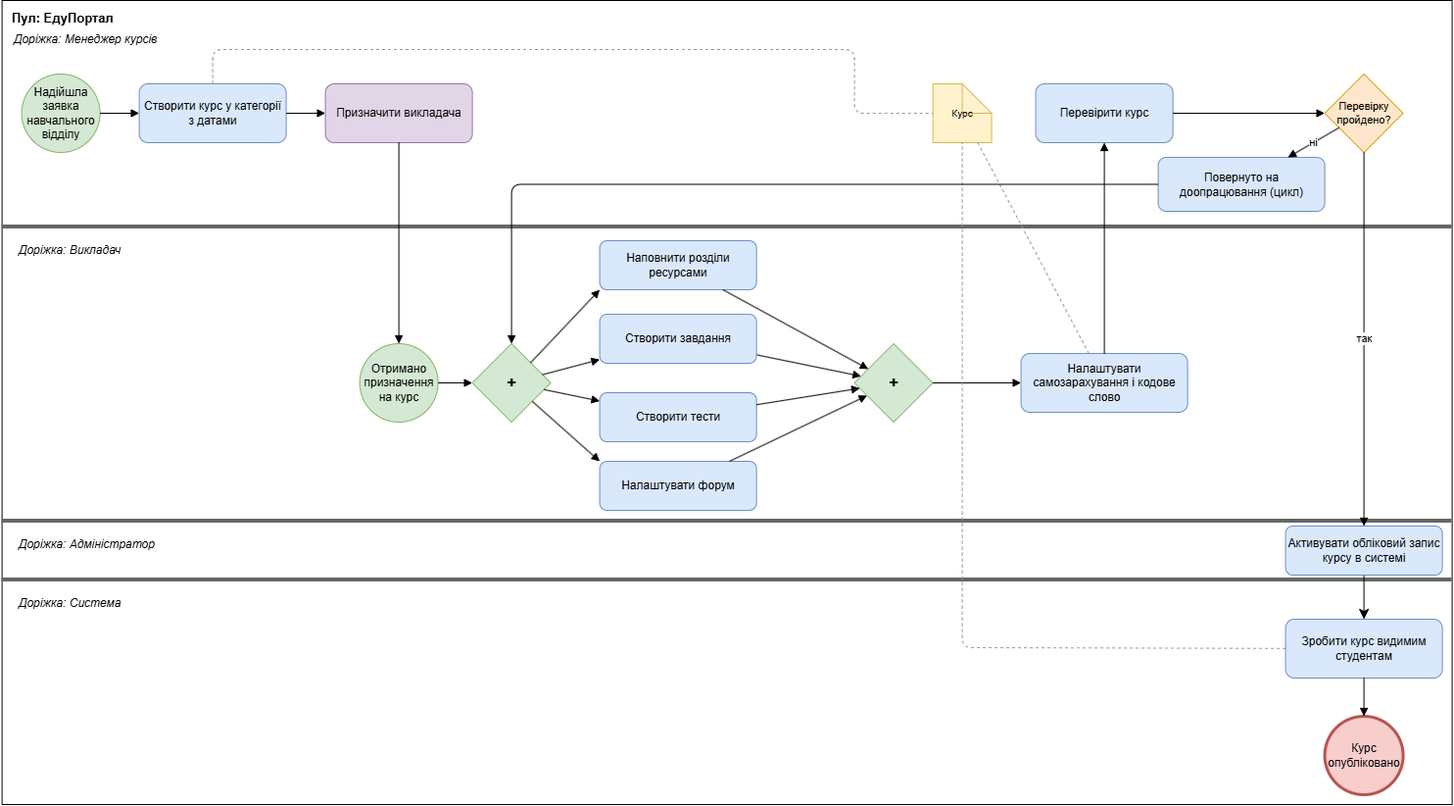
Before: docs/sprint1/bpmn/04_course_creation.png, a diagram exported from draw.io (GlitchBelyi/labsTZYPS). Source tidied: cells renumbered, new cells last; positions are measured from the earlier drawing's top-left corner, leaving out a move shared by most shapes.
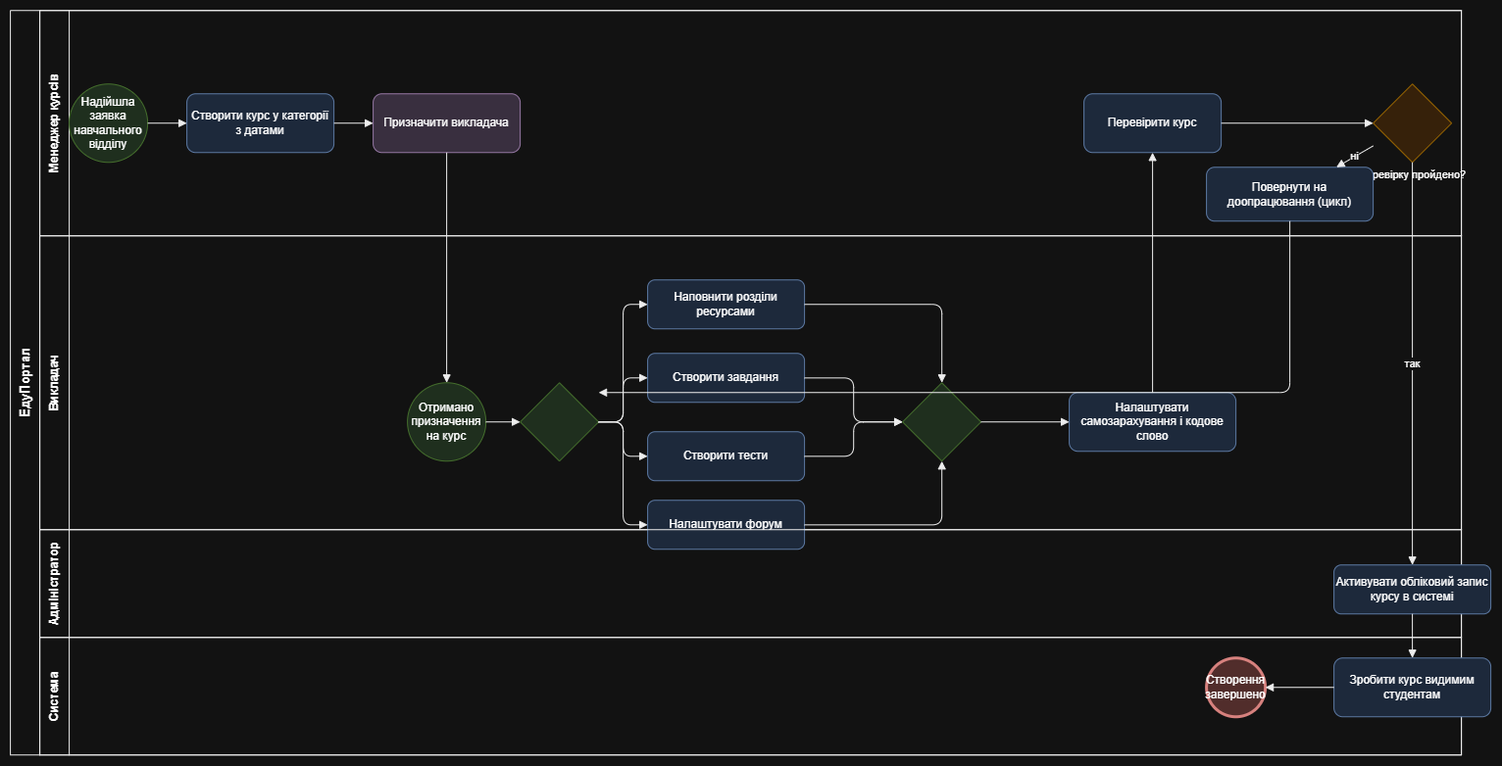
Above is the later version.

Diff of the diagram source:
```diff
@@ -2,166 +2,135 @@
   <root>
     <mxCell id="0" />
     <mxCell id="1" parent="0" />
-    <mxCell id="2" value="Пул: ЕдуПортал" style="rounded=0;whiteSpace=wrap;html=1;fillColor=none;strokeColor=#000000;verticalAlign=top;align=left;fontStyle=1;fontSize=13;spacingLeft=8;spacingTop=4;" parent="1" vertex="1">
-      <mxGeometry width="1480" height="820" as="geometry" />
+    <mxCell id="2" value="ЕдуПортал" style="swimlane;html=1;horizontal=0;whiteSpace=wrap;startSize=30;fillColor=none;strokeColor=#000000;fontStyle=1;fontSize=13;" parent="1" vertex="1">
+      <mxGeometry width="1480" height="760" as="geometry" />
     </mxCell>
-    <mxCell id="3" style="line;strokeColor=#666666;html=1;" parent="1" vertex="1">
-      <mxGeometry y="230" width="1480" height="2" as="geometry" />
-    </mxCell>
-    <mxCell id="4" style="line;strokeColor=#666666;html=1;" parent="1" vertex="1">
-      <mxGeometry y="530" width="1480" height="2" as="geometry" />
-    </mxCell>
-    <mxCell id="5" style="line;strokeColor=#666666;html=1;" parent="1" vertex="1">
-      <mxGeometry y="590" width="1480" height="2" as="geometry" />
-    </mxCell>
-    <mxCell id="6" value="Доріжка: Менеджер курсів" style="text;html=1;align=left;verticalAlign=middle;fontStyle=2;fontSize=12;" parent="1" vertex="1">
-      <mxGeometry x="10" y="30" width="260" height="20" as="geometry" />
-    </mxCell>
-    <mxCell id="7" value="Доріжка: Викладач" style="text;html=1;align=left;verticalAlign=middle;fontStyle=2;fontSize=12;" parent="1" vertex="1">
-      <mxGeometry x="15" y="245" width="260" height="20" as="geometry" />
-    </mxCell>
-    <mxCell id="8" value="Доріжка: Адміністратор&amp;nbsp;" style="text;html=1;align=left;verticalAlign=middle;fontStyle=2;fontSize=12;" parent="1" vertex="1">
-      <mxGeometry x="15" y="545" width="400" height="20" as="geometry" />
-    </mxCell>
-    <mxCell id="9" value="Доріжка: Система" style="text;html=1;align=left;verticalAlign=middle;fontStyle=2;fontSize=12;" parent="1" vertex="1">
-      <mxGeometry x="15" y="605" width="260" height="20" as="geometry" />
-    </mxCell>
+    <mxCell id="51" value="Менеджер курсів" style="swimlane;html=1;horizontal=0;whiteSpace=wrap;startSize=30;fillColor=none;strokeColor=#000000;fontStyle=1;fontSize=12;" parent="2" vertex="1">
+      <mxGeometry x="30" width="1450" height="230" as="geometry" />
+    </mxCell>
-    <mxCell id="10" value="Надійшла заявка навчального відділу" style="ellipse;whiteSpace=wrap;html=1;fillColor=#d5e8d4;strokeColor=#82b366;" parent="1" vertex="1">
-      <mxGeometry x="20" y="75" width="80" height="80" as="geometry" />
+    <mxCell id="10" value="Надійшла заявка навчального відділу" style="ellipse;whiteSpace=wrap;html=1;fillColor=#d5e8d4;strokeColor=#82b366;" parent="51" vertex="1">
+      <mxGeometry x="30" y="75" width="80" height="80" as="geometry" />
     </mxCell>
-    <mxCell id="11" value="Створити курс у категорії з датами" style="rounded=1;whiteSpace=wrap;html=1;fillColor=#dae8fc;strokeColor=#6c8ebf;" parent="1" vertex="1">
-      <mxGeometry x="140" y="85" width="150" height="60" as="geometry" />
+    <mxCell id="11" value="Створити курс у категорії з датами" style="rounded=1;whiteSpace=wrap;html=1;fillColor=#dae8fc;strokeColor=#6c8ebf;" parent="51" vertex="1">
+      <mxGeometry x="150" y="85" width="150" height="60" as="geometry" />
     </mxCell>
-    <mxCell id="12" value="Призначити викладача" style="rounded=1;whiteSpace=wrap;html=1;fillColor=#e1d5e7;strokeColor=#9673a6;" parent="1" vertex="1">
-      <mxGeometry x="330" y="85" width="150" height="60" as="geometry" />
+    <mxCell id="12" value="Призначити викладача" style="rounded=1;whiteSpace=wrap;html=1;fillColor=#e1d5e7;strokeColor=#9673a6;" parent="51" vertex="1">
+      <mxGeometry x="340" y="85" width="150" height="60" as="geometry" />
     </mxCell>
-    <mxCell id="13" value="Перевірити курс" style="rounded=1;whiteSpace=wrap;html=1;fillColor=#dae8fc;strokeColor=#6c8ebf;" parent="1" vertex="1">
-      <mxGeometry x="1055" y="85" width="140" height="60" as="geometry" />
+    <mxCell id="13" value="Перевірити курс" style="rounded=1;whiteSpace=wrap;html=1;fillColor=#dae8fc;strokeColor=#6c8ebf;" parent="51" vertex="1">
+      <mxGeometry x="1065" y="85" width="140" height="60" as="geometry" />
     </mxCell>
-    <mxCell id="14" value="Перевірку пройдено?" style="rhombus;whiteSpace=wrap;html=1;fillColor=#ffe6cc;strokeColor=#d79b00;fontSize=11;" parent="1" vertex="1">
-      <mxGeometry x="1350" y="75" width="80" height="80" as="geometry" />
+    <mxCell id="14" value="Перевірку пройдено?" style="shape=mxgraph.bpmn.gateway2;html=1;outlineConnect=0;bpmnGatewayType=exclusive;fillColor=#ffe6cc;strokeColor=#d79b00;fontSize=11;verticalLabelPosition=bottom;verticalAlign=top;align=center;" parent="51" vertex="1">
+      <mxGeometry x="1360" y="75" width="80" height="80" as="geometry" />
     </mxCell>
-    <mxCell id="15" value="Повернуто на доопрацювання (цикл)" style="rounded=1;whiteSpace=wrap;html=1;fillColor=#dae8fc;strokeColor=#6c8ebf;" parent="1" vertex="1">
-      <mxGeometry x="1180" y="160" width="170" height="55" as="geometry" />
+    <mxCell id="15" value="Повернути на доопрацювання (цикл)" style="rounded=1;whiteSpace=wrap;html=1;fillColor=#dae8fc;strokeColor=#6c8ebf;" parent="51" vertex="1">
+      <mxGeometry x="1190" y="160" width="170" height="55" as="geometry" />
     </mxCell>
+    <mxCell id="26" style="endArrow=block;html=1;strokeColor=#000000;" parent="51" edge="1" source="10" target="11">
+      <mxGeometry relative="1" as="geometry" />
+    </mxCell>
+    <mxCell id="27" style="endArrow=block;html=1;strokeColor=#000000;" parent="51" edge="1" source="11" target="12">
+      <mxGeometry relative="1" as="geometry" />
+    </mxCell>
+    <mxCell id="40" style="endArrow=block;html=1;strokeColor=#000000;" parent="51" edge="1" source="13" target="14">
+      <mxGeometry relative="1" as="geometry" />
+    </mxCell>
+    <mxCell id="41" value="ні" style="endArrow=block;html=1;strokeColor=#000000;" parent="51" edge="1" source="14" target="15">
+      <mxGeometry relative="1" as="geometry" />
+    </mxCell>
+    <mxCell id="52" value="Викладач" style="swimlane;html=1;horizontal=0;whiteSpace=wrap;startSize=30;fillColor=none;strokeColor=#000000;fontStyle=1;fontSize=12;" parent="2" vertex="1">
+      <mxGeometry x="30" y="230" width="1450" height="300" as="geometry" />
+    </mxCell>
-    <mxCell id="16" value="Отримано призначення на курс" style="ellipse;whiteSpace=wrap;html=1;fillColor=#d5e8d4;strokeColor=#82b366;" parent="1" vertex="1">
-      <mxGeometry x="365" y="350" width="80" height="80" as="geometry" />
+    <mxCell id="16" value="Отримано призначення на курс" style="ellipse;whiteSpace=wrap;html=1;fillColor=#d5e8d4;strokeColor=#82b366;" parent="52" vertex="1">
+      <mxGeometry x="375" y="150" width="80" height="80" as="geometry" />
     </mxCell>
-    <mxCell id="17" value="+" style="rhombus;whiteSpace=wrap;html=1;fillColor=#d5e8d4;strokeColor=#82b366;fontSize=16;fontStyle=1;" parent="1" vertex="1">
-      <mxGeometry x="480" y="350" width="80" height="80" as="geometry" />
+    <mxCell id="17" style="shape=mxgraph.bpmn.gateway2;html=1;outlineConnect=0;bpmnGatewayType=parallel;fillColor=#d5e8d4;strokeColor=#82b366;fontSize=16;fontStyle=1;" parent="52" vertex="1">
+      <mxGeometry x="490" y="150" width="80" height="80" as="geometry" />
     </mxCell>
-    <mxCell id="18" value="Наповнити розділи ресурсами" style="rounded=1;whiteSpace=wrap;html=1;fillColor=#dae8fc;strokeColor=#6c8ebf;" parent="1" vertex="1">
-      <mxGeometry x="610" y="245" width="160" height="50" as="geometry" />
+    <mxCell id="18" value="Наповнити розділи ресурсами" style="rounded=1;whiteSpace=wrap;html=1;fillColor=#dae8fc;strokeColor=#6c8ebf;" parent="52" vertex="1">
+      <mxGeometry x="620" y="45" width="160" height="50" as="geometry" />
     </mxCell>
+    <mxCell id="48" value="Створити завдання" style="rounded=1;whiteSpace=wrap;html=1;fillColor=#dae8fc;strokeColor=#6c8ebf;" parent="52" vertex="1">
+      <mxGeometry x="620" y="120" width="160" height="50" as="geometry" />
+    </mxCell>
-    <mxCell id="19" value="Створити тести" style="rounded=1;whiteSpace=wrap;html=1;fillColor=#dae8fc;strokeColor=#6c8ebf;" parent="1" vertex="1">
-      <mxGeometry x="610" y="400" width="160" height="50" as="geometry" />
+    <mxCell id="19" value="Створити тести" style="rounded=1;whiteSpace=wrap;html=1;fillColor=#dae8fc;strokeColor=#6c8ebf;" parent="52" vertex="1">
+      <mxGeometry x="620" y="200" width="160" height="50" as="geometry" />
     </mxCell>
-    <mxCell id="20" value="Налаштувати форум" style="rounded=1;whiteSpace=wrap;html=1;fillColor=#dae8fc;strokeColor=#6c8ebf;" parent="1" vertex="1">
-      <mxGeometry x="610" y="470" width="160" height="50" as="geometry" />
+    <mxCell id="20" value="Налаштувати форум" style="rounded=1;whiteSpace=wrap;html=1;fillColor=#dae8fc;strokeColor=#6c8ebf;" parent="52" vertex="1">
+      <mxGeometry x="620" y="270" width="160" height="50" as="geometry" />
     </mxCell>
-    <mxCell id="21" value="+" style="rhombus;whiteSpace=wrap;html=1;fillColor=#d5e8d4;strokeColor=#82b366;fontSize=16;fontStyle=1;" parent="1" vertex="1">
-      <mxGeometry x="870" y="350" width="80" height="80" as="geometry" />
+    <mxCell id="21" style="shape=mxgraph.bpmn.gateway2;html=1;outlineConnect=0;bpmnGatewayType=parallel;fillColor=#d5e8d4;strokeColor=#82b366;fontSize=16;fontStyle=1;" parent="52" vertex="1">
+      <mxGeometry x="880" y="150" width="80" height="80" as="geometry" />
     </mxCell>
-    <mxCell id="22" value="Налаштувати самозарахування і кодове слово" style="rounded=1;whiteSpace=wrap;html=1;fillColor=#dae8fc;strokeColor=#6c8ebf;" parent="1" vertex="1">
-      <mxGeometry x="1040" y="360" width="170" height="60" as="geometry" />
+    <mxCell id="22" value="Налаштувати самозарахування і кодове слово" style="rounded=1;whiteSpace=wrap;html=1;fillColor=#dae8fc;strokeColor=#6c8ebf;" parent="52" vertex="1">
+      <mxGeometry x="1050" y="160" width="170" height="60" as="geometry" />
     </mxCell>
-    <mxCell id="23" value="Курс" style="shape=note;whiteSpace=wrap;html=1;fillColor=#fff2cc;strokeColor=#d6b656;fontSize=10;" parent="1" vertex="1">
-      <mxGeometry x="950" y="85" width="60" height="60" as="geometry" />
-    </mxCell>
-    <mxCell id="24" value="Зробити курс видимим студентам" style="rounded=1;whiteSpace=wrap;html=1;fillColor=#dae8fc;strokeColor=#6c8ebf;" parent="1" vertex="1">
-      <mxGeometry x="1310" y="631" width="160" height="60" as="geometry" />
-    </mxCell>
-    <mxCell id="25" value="Курс опубліковано" style="ellipse;whiteSpace=wrap;html=1;fillColor=#f8cecc;strokeColor=#b85450;strokeWidth=3;" parent="1" vertex="1">
-      <mxGeometry x="1350" y="730" width="80" height="80" as="geometry" />
-    </mxCell>
-    <mxCell id="26" style="endArrow=block;html=1;strokeColor=#000000;" parent="1" edge="1" source="10" target="11">
-      <mxGeometry relative="1" as="geometry" />
-    </mxCell>
-    <mxCell id="27" style="endArrow=block;html=1;strokeColor=#000000;" parent="1" edge="1" source="11" target="12">
-      <mxGeometry relative="1" as="geometry" />
-    </mxCell>
-    <mxCell id="28" style="endArrow=block;html=1;strokeColor=#000000;" parent="1" edge="1" source="12" target="16">
-      <mxGeometry relative="1" as="geometry" />
-    </mxCell>
-    <mxCell id="29" style="endArrow=block;html=1;strokeColor=#000000;" parent="1" edge="1" source="16" target="17">
+    <mxCell id="29" style="endArrow=block;html=1;strokeColor=#000000;" parent="52" edge="1" source="16" target="17">
       <mxGeometry relative="1" as="geometry" />
     </mxCell>
-    <mxCell id="30" style="endArrow=block;html=1;strokeColor=#000000;entryX=0;entryY=1;entryDx=0;entryDy=0;" parent="1" edge="1" source="17" target="18">
+    <mxCell id="30" style="endArrow=block;html=1;strokeColor=#000000;entryX=0;entryY=0.5;entryDx=0;entryDy=0;edgeStyle=orthogonalEdgeStyle;" parent="52" edge="1" source="17" target="18">
       <mxGeometry relative="1" as="geometry" />
     </mxCell>
-    <mxCell id="31" style="endArrow=block;html=1;strokeColor=#000000;" parent="1" edge="1" source="17" target="48">
+    <mxCell id="31" style="endArrow=block;html=1;strokeColor=#000000;entryX=0;entryY=0.5;entryDx=0;entryDy=0;edgeStyle=orthogonalEdgeStyle;" parent="52" edge="1" source="17" target="48">
       <mxGeometry relative="1" as="geometry" />
     </mxCell>
-    <mxCell id="32" style="endArrow=block;html=1;strokeColor=#000000;" parent="1" edge="1" source="17" target="19">
+    <mxCell id="32" style="endArrow=block;html=1;strokeColor=#000000;entryX=0;entryY=0.5;entryDx=0;entryDy=0;edgeStyle=orthogonalEdgeStyle;" parent="52" edge="1" source="17" target="19">
       <mxGeometry relative="1" as="geometry" />
     </mxCell>
-    <mxCell id="33" style="endArrow=block;html=1;strokeColor=#000000;entryX=0;entryY=0;entryDx=0;entryDy=0;" parent="1" edge="1" source="17" target="20">
+    <mxCell id="33" style="endArrow=block;html=1;strokeColor=#000000;entryX=0;entryY=0.5;entryDx=0;entryDy=0;edgeStyle=orthogonalEdgeStyle;" parent="52" edge="1" source="17" target="20">
       <mxGeometry relative="1" as="geometry" />
     </mxCell>
-    <mxCell id="34" style="endArrow=block;html=1;strokeColor=#000000;" parent="1" edge="1" source="18" target="21">
+    <mxCell id="34" style="endArrow=block;html=1;strokeColor=#000000;edgeStyle=orthogonalEdgeStyle;" parent="52" edge="1" source="18" target="21">
       <mxGeometry relative="1" as="geometry" />
     </mxCell>
-    <mxCell id="35" style="endArrow=block;html=1;strokeColor=#000000;" parent="1" edge="1" source="48" target="21">
+    <mxCell id="35" style="endArrow=block;html=1;strokeColor=#000000;edgeStyle=orthogonalEdgeStyle;" parent="52" edge="1" source="48" target="21">
       <mxGeometry relative="1" as="geometry" />
     </mxCell>
-    <mxCell id="36" style="endArrow=block;html=1;strokeColor=#000000;" parent="1" edge="1" source="19" target="21">
+    <mxCell id="36" style="endArrow=block;html=1;strokeColor=#000000;edgeStyle=orthogonalEdgeStyle;" parent="52" edge="1" source="19" target="21">
       <mxGeometry relative="1" as="geometry" />
     </mxCell>
-    <mxCell id="37" style="endArrow=block;html=1;strokeColor=#000000;" parent="1" edge="1" source="20" target="21">
+    <mxCell id="37" style="endArrow=block;html=1;strokeColor=#000000;edgeStyle=orthogonalEdgeStyle;" parent="52" edge="1" source="20" target="21">
       <mxGeometry relative="1" as="geometry" />
     </mxCell>
-    <mxCell id="38" style="endArrow=block;html=1;strokeColor=#000000;" parent="1" edge="1" source="21" target="22">
+    <mxCell id="38" style="endArrow=block;html=1;strokeColor=#000000;" parent="52" edge="1" source="21" target="22">
       <mxGeometry relative="1" as="geometry" />
     </mxCell>
+    <mxCell id="53" value="Адміністратор" style="swimlane;html=1;horizontal=0;whiteSpace=wrap;startSize=30;fillColor=none;strokeColor=#000000;fontStyle=1;fontSize=12;" parent="2" vertex="1">
+      <mxGeometry x="30" y="530" width="1450" height="110" as="geometry" />
+    </mxCell>
+    <mxCell id="50" value="Активувати обліковий запис курсу в системі" style="rounded=1;whiteSpace=wrap;html=1;fillColor=#dae8fc;strokeColor=#6c8ebf;" parent="53" vertex="1">
+      <mxGeometry x="1320" y="36" width="160" height="50" as="geometry" />
+    </mxCell>
+    <mxCell id="54" value="Система" style="swimlane;html=1;horizontal=0;whiteSpace=wrap;startSize=30;fillColor=none;strokeColor=#000000;fontStyle=1;fontSize=12;" parent="2" vertex="1">
+      <mxGeometry x="30" y="640" width="1450" height="120" as="geometry" />
+    </mxCell>
+    <mxCell id="24" value="Зробити курс видимим студентам" style="rounded=1;whiteSpace=wrap;html=1;fillColor=#dae8fc;strokeColor=#6c8ebf;" parent="54" vertex="1">
+      <mxGeometry x="1320" y="21" width="160" height="60" as="geometry" />
+    </mxCell>
+    <mxCell id="25" value="Створення завершено" style="ellipse;whiteSpace=wrap;html=1;fillColor=#f8cecc;strokeColor=#b85450;strokeWidth=3;" parent="54" vertex="1">
+      <mxGeometry x="1190" y="21" width="60" height="60" as="geometry" />
+    </mxCell>
+    <mxCell id="43" style="endArrow=block;html=1;strokeColor=#000000;" parent="54" edge="1" source="24" target="25">
+      <mxGeometry relative="1" as="geometry" />
+    </mxCell>
+    <mxCell id="28" style="endArrow=block;html=1;strokeColor=#000000;" parent="1" edge="1" source="12" target="16">
+      <mxGeometry relative="1" as="geometry" />
+    </mxCell>
     <mxCell id="39" style="endArrow=block;html=1;strokeColor=#000000;" parent="1" edge="1" source="22" target="13">
       <mxGeometry relative="1" as="geometry" />
     </mxCell>
-    <mxCell id="40" style="endArrow=block;html=1;strokeColor=#000000;" parent="1" edge="1" source="13" target="14">
-      <mxGeometry relative="1" as="geometry" />
-    </mxCell>
-    <mxCell id="41" value="ні" style="endArrow=block;html=1;strokeColor=#000000;" parent="1" edge="1" source="14" target="15">
-      <mxGeometry relative="1" as="geometry" />
-    </mxCell>
-    <mxCell id="42" value="так" style="endArrow=block;html=1;strokeColor=#000000;entryX=0.5;entryY=0;entryDx=0;entryDy=0;" parent="1" edge="1" source="14" target="50">
+    <mxCell id="42" value="так" style="endArrow=block;html=1;strokeColor=#000000;" parent="1" edge="1" source="14" target="50">
       <mxGeometry relative="1" as="geometry" />
     </mxCell>
-    <mxCell id="43" style="endArrow=block;html=1;strokeColor=#000000;" parent="1" edge="1" source="24" target="25">
-      <mxGeometry relative="1" as="geometry" />
-    </mxCell>
-    <mxCell id="44" style="endArrow=none;dashed=1;html=1;strokeColor=#999999;" parent="1" edge="1" source="11" target="23">
-      <mxGeometry relative="1" as="geometry">
-        <Array as="points">
-          <mxPoint x="215" y="50" />
-          <mxPoint x="870" y="50" />
-          <mxPoint x="870" y="115" />
-        </Array>
-      </mxGeometry>
-    </mxCell>
-    <mxCell id="45" style="endArrow=none;dashed=1;html=1;strokeColor=#999999;" parent="1" edge="1" source="22" target="23">
-      <mxGeometry relative="1" as="geometry" />
-    </mxCell>
-    <mxCell id="46" style="endArrow=none;dashed=1;html=1;strokeColor=#999999;entryX=0.5;entryY=1;entryDx=0;entryDy=0;entryPerimeter=0;" parent="1" edge="1" source="24" target="23">
-      <mxGeometry relative="1" as="geometry">
-        <Array as="points">
-          <mxPoint x="980" y="660" />
-        </Array>
-      </mxGeometry>
-    </mxCell>
-    <mxCell id="47" style="endArrow=block;html=1;strokeColor=#000000;entryX=0.5;entryY=0;entryDx=0;entryDy=0;" parent="1" edge="1" source="15" target="17">
+    <mxCell id="47" style="endArrow=block;html=1;strokeColor=#000000;edgeStyle=orthogonalEdgeStyle;" parent="1" edge="1" source="15" target="17">
       <mxGeometry relative="1" as="geometry">
         <Array as="points">
-          <mxPoint x="520" y="187.5" />
+          <mxPoint x="1305" y="390" />
         </Array>
       </mxGeometry>
     </mxCell>
-    <mxCell id="48" value="Створити завдання" style="rounded=1;whiteSpace=wrap;html=1;fillColor=#dae8fc;strokeColor=#6c8ebf;" parent="1" vertex="1">
-      <mxGeometry x="610" y="320" width="160" height="50" as="geometry" />
-    </mxCell>
-    <mxCell id="49" style="edgeStyle=none;curved=1;rounded=0;jettySize=auto;html=1;entryX=0.5;entryY=0;entryDx=0;entryDy=0;fontSize=12;startSize=8;endSize=8;" parent="1" edge="1" source="50" target="24">
+    <mxCell id="49" style="endArrow=block;html=1;strokeColor=#000000;" parent="1" edge="1" source="50" target="24">
       <mxGeometry relative="1" as="geometry" />
     </mxCell>
-    <mxCell id="50" value="Активувати обліковий запис курсу в системі" style="rounded=1;whiteSpace=wrap;html=1;fillColor=#dae8fc;strokeColor=#6c8ebf;" parent="1" vertex="1">
-      <mxGeometry x="1310" y="536" width="160" height="50" as="geometry" />
-    </mxCell>
   </root>
 </mxGraphModel>
```
